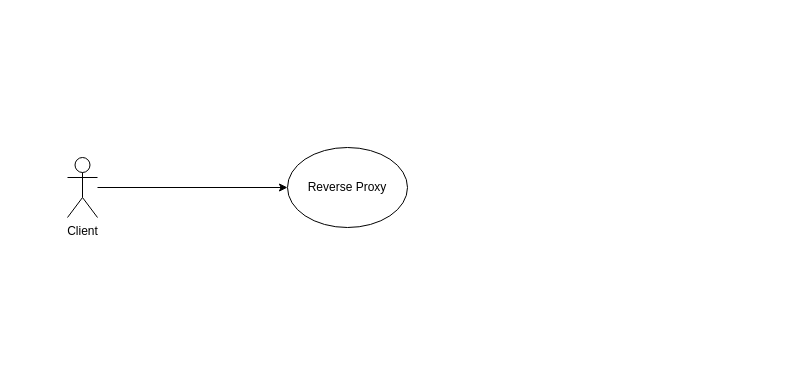
This is Arquitetura de sistemas.drawio from RickyBoyy/DnD, a draw.io file, before an edit. Source tidied: cells renumbered, new cells numbered last; positions are measured from the earlier drawing's top-left corner, leaving out a move shared by most shapes. Both pictures are drawn from the tidied source at 100%, with x=0, y=0 at pixel (67, 147).
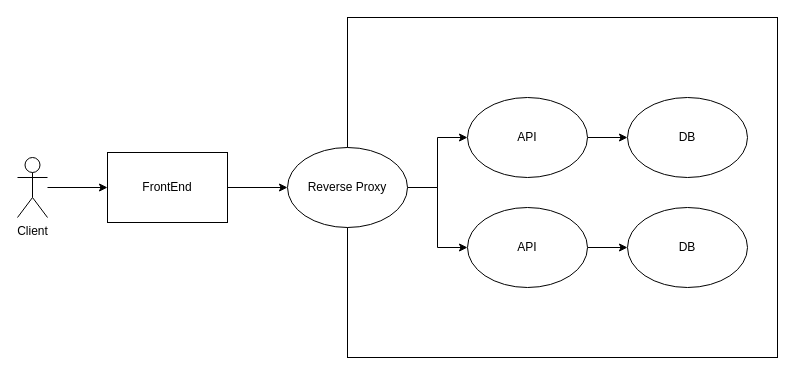
Above is the later version.

Diff of the diagram source:
```diff
@@
 <mxGraphModel>
   <root>
     <mxCell id="0" />
     <mxCell id="1" parent="0" />
+    <mxCell id="5" style="rounded=0;whiteSpace=wrap;html=1;" parent="1" vertex="1">
+      <mxGeometry x="280" y="-130" width="430" height="340" as="geometry" />
+    </mxCell>
-    <mxCell id="2" style="edgeStyle=orthogonalEdgeStyle;rounded=0;jettySize=auto;html=1;" parent="1" edge="1" source="3" target="4">
+    <mxCell id="2" style="edgeStyle=orthogonalEdgeStyle;rounded=0;jettySize=auto;html=1;" parent="1" edge="1" source="15" target="4">
       <mxGeometry relative="1" as="geometry" />
     </mxCell>
     <mxCell id="3" value="Client" style="shape=umlActor;verticalLabelPosition=bottom;verticalAlign=top;html=1;outlineConnect=0;" parent="1" vertex="1">
-      <mxGeometry y="10" width="30" height="60" as="geometry" />
+      <mxGeometry x="-50" y="10" width="30" height="60" as="geometry" />
     </mxCell>
+    <mxCell id="6" style="edgeStyle=orthogonalEdgeStyle;rounded=0;jettySize=auto;html=1;" parent="1" edge="1" source="4" target="11">
+      <mxGeometry relative="1" as="geometry" />
+    </mxCell>
+    <mxCell id="7" style="edgeStyle=orthogonalEdgeStyle;rounded=0;jettySize=auto;html=1;entryX=0;entryY=0.5;entryDx=0;entryDy=0;" parent="1" edge="1" source="4" target="9">
+      <mxGeometry relative="1" as="geometry" />
+    </mxCell>
     <mxCell id="4" value="Reverse Proxy" style="ellipse;whiteSpace=wrap;html=1;" parent="1" vertex="1">
       <mxGeometry x="220" width="120" height="80" as="geometry" />
     </mxCell>
+    <mxCell id="8" style="edgeStyle=orthogonalEdgeStyle;rounded=0;jettySize=auto;html=1;" parent="1" edge="1" source="9" target="12">
+      <mxGeometry relative="1" as="geometry" />
+    </mxCell>
+    <mxCell id="9" value="API" style="ellipse;whiteSpace=wrap;html=1;" parent="1" vertex="1">
+      <mxGeometry x="400" y="-50" width="120" height="80" as="geometry" />
+    </mxCell>
+    <mxCell id="10" style="edgeStyle=orthogonalEdgeStyle;rounded=0;jettySize=auto;html=1;" parent="1" edge="1" source="11" target="13">
+      <mxGeometry relative="1" as="geometry" />
+    </mxCell>
+    <mxCell id="11" value="API" style="ellipse;whiteSpace=wrap;html=1;" parent="1" vertex="1">
+      <mxGeometry x="400" y="60" width="120" height="80" as="geometry" />
+    </mxCell>
+    <mxCell id="12" value="DB" style="ellipse;whiteSpace=wrap;html=1;" parent="1" vertex="1">
+      <mxGeometry x="560" y="-50" width="120" height="80" as="geometry" />
+    </mxCell>
+    <mxCell id="13" value="DB" style="ellipse;whiteSpace=wrap;html=1;" parent="1" vertex="1">
+      <mxGeometry x="560" y="60" width="120" height="80" as="geometry" />
+    </mxCell>
+    <mxCell id="14" style="edgeStyle=orthogonalEdgeStyle;rounded=0;jettySize=auto;html=1;" parent="1" edge="1" source="3" target="15">
+      <mxGeometry relative="1" as="geometry" />
+    </mxCell>
+    <mxCell id="15" value="FrontEnd" style="rounded=0;whiteSpace=wrap;html=1;" parent="1" vertex="1">
+      <mxGeometry x="40" y="5" width="120" height="70" as="geometry" />
+    </mxCell>
   </root>
 </mxGraphModel>
```
